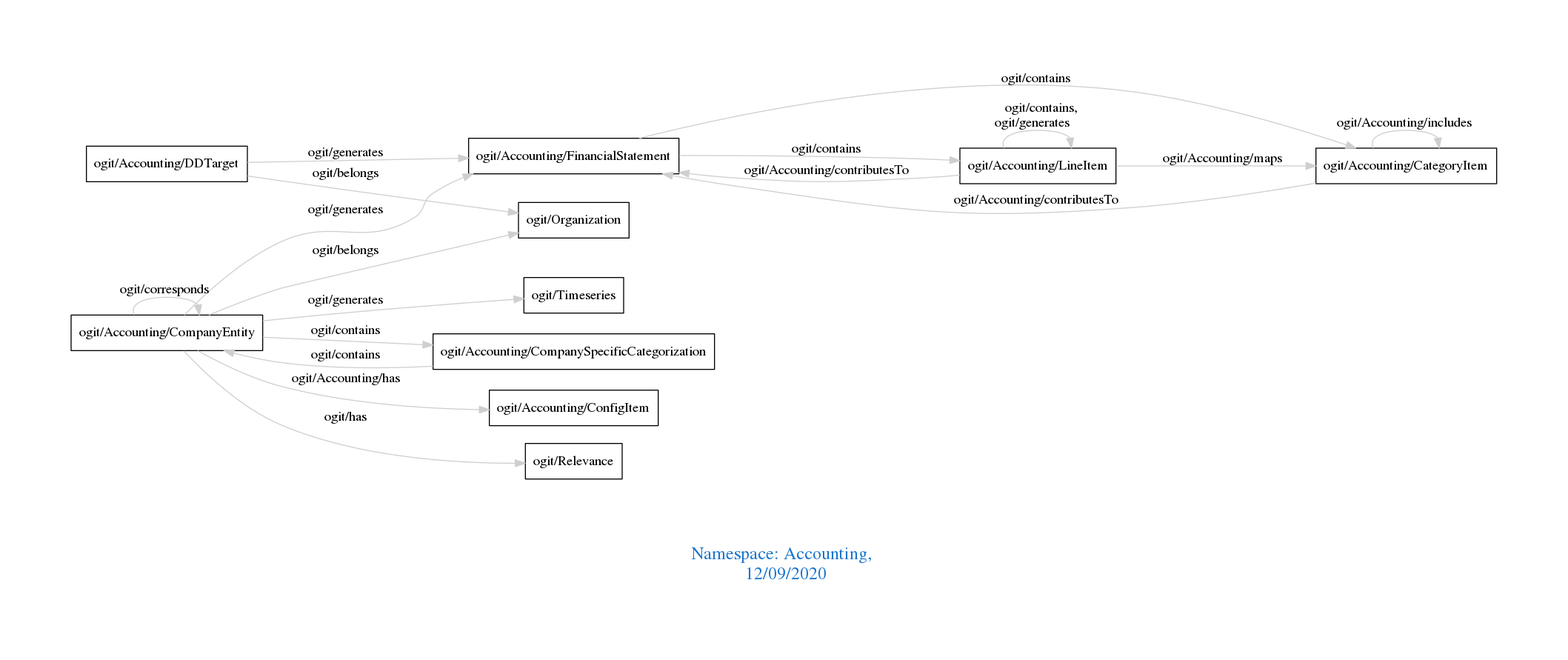
The Graphviz diagram downloads/Accounting.png in arago/OGIT, before a commit. Its source is kept beside it as downloads/Accounting.dot.
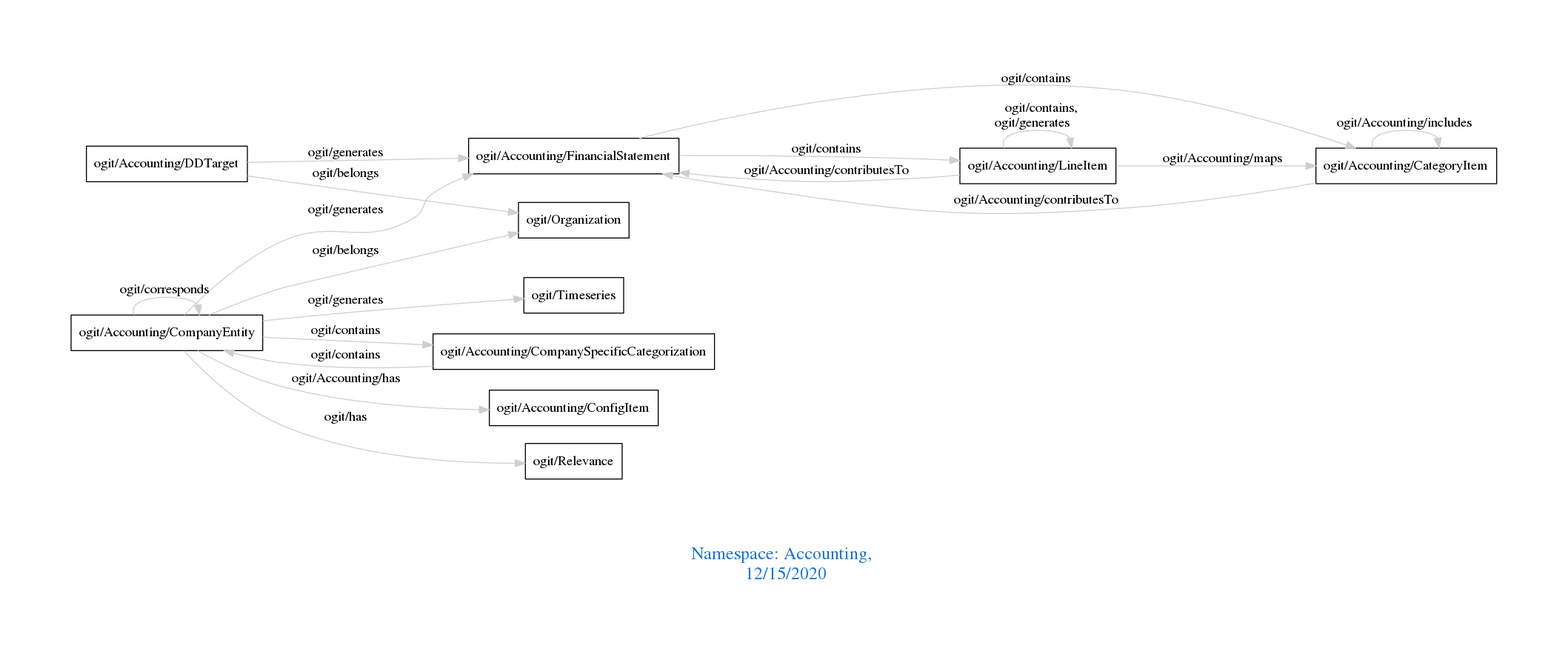
After the commit.

What changed in the source:
```diff
@@ -1,7 +1,7 @@
 digraph OGIT_ontology {
  graph [ rankdir= LR,pad=1
 fontsize = 18,
-fontcolor= dodgerblue3,label = "\n\n\nNamespace: Accounting, \n 12/09/2020"];
+fontcolor= dodgerblue3,label = "\n\n\nNamespace: Accounting, \n 12/15/2020"];
 node[shape=polygon];
 edge [  color="gray81"];
 
```
